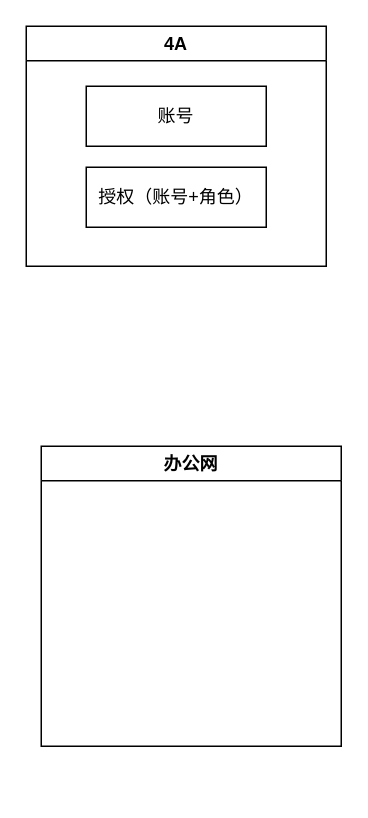
Before: 系统功能流程图/办公网.drawio in 158698706/tt4a, a draw.io diagram. Source tidied: cells renumbered, new cells numbered last; positions are measured from the earlier drawing's top-left corner, leaving out a move shared by most shapes. Both pictures are drawn from the tidied source at 150%, with x=0, y=0 at pixel (26, 26).
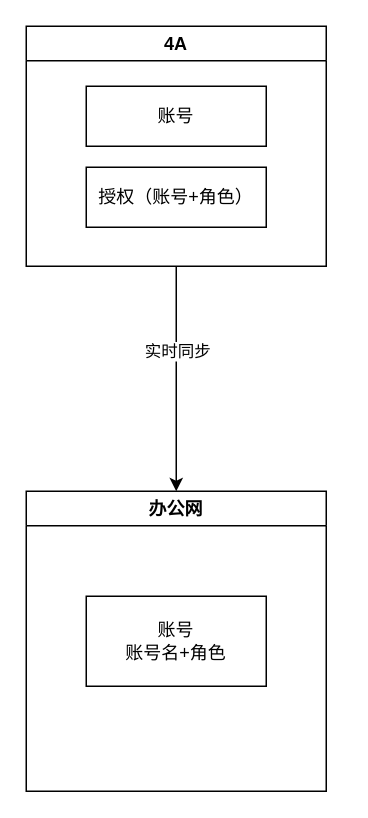
The same diagram, later.

Commit message (it also covers changes not shown here):
更新办公网.drawio

The edit, as a diff of the source:
```diff
@@
 <mxGraphModel>
   <root>
     <mxCell id="0" />
     <mxCell id="1" parent="0" />
+    <mxCell id="6" style="edgeStyle=orthogonalEdgeStyle;rounded=0;jettySize=auto;html=1;entryX=0.5;entryY=0;entryDx=0;entryDy=0;" parent="1" edge="1" source="2" target="5">
+      <mxGeometry relative="1" as="geometry" />
+    </mxCell>
+    <mxCell id="7" value="实时同步" style="edgeLabel;html=1;align=center;verticalAlign=middle;" parent="6" vertex="1">
+      <mxGeometry x="-0.26" relative="1" as="geometry" />
+    </mxCell>
     <mxCell id="2" value="4A" style="swimlane;" parent="1" vertex="1">
       <mxGeometry width="200" height="160" as="geometry" />
     </mxCell>
     <mxCell id="3" value="账号" style="whiteSpace=wrap;html=1;" parent="2" vertex="1">
       <mxGeometry x="40" y="40" width="120" height="40" as="geometry" />
     </mxCell>
     <mxCell id="4" value="授权（账号+角色）" style="whiteSpace=wrap;html=1;" parent="2" vertex="1">
       <mxGeometry x="40" y="94" width="120" height="40" as="geometry" />
     </mxCell>
     <mxCell id="5" value="办公网" style="swimlane;" parent="1" vertex="1">
-      <mxGeometry x="10" y="280" width="200" height="200" as="geometry" />
+      <mxGeometry y="310" width="200" height="200" as="geometry" />
     </mxCell>
+    <mxCell id="8" value="账号&lt;br&gt;账号名+角色" style="whiteSpace=wrap;html=1;" parent="5" vertex="1">
+      <mxGeometry x="40" y="70" width="120" height="60" as="geometry" />
+    </mxCell>
   </root>
 </mxGraphModel>
```
